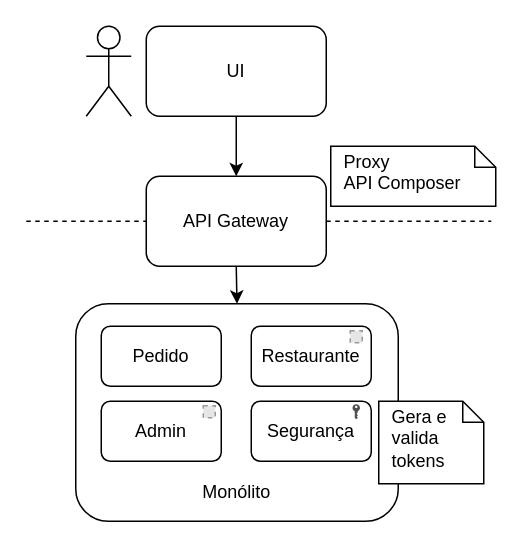
caelum/apostila-microservices-com-spring-cloud keeps this draw.io diagram as imagens/15-seguranca/geracao-e-validacao-de-tokens-no-modulo-de-seguranca-do-monolito.drawio. Above is the earlier version. Source tidied: cells renumbered, new cells numbered last; positions are measured from the earlier drawing's top-left corner, leaving out a move shared by most shapes. Both pictures are drawn from the tidied source at 150%, with x=0, y=0 at pixel (26, 26). Pictures stored in the file or linked from it are replaced by grey dashed boxes.
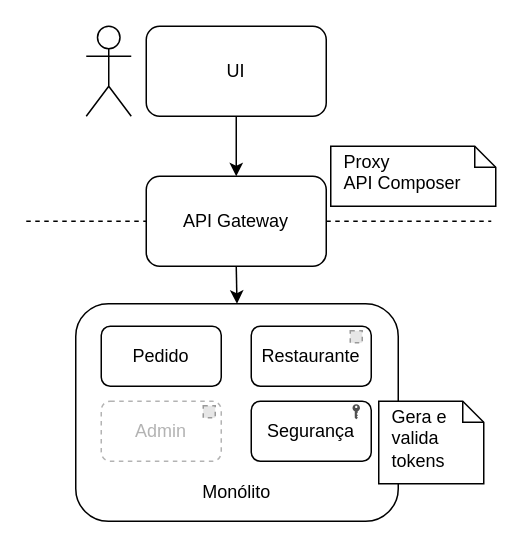
The same diagram, later.

Commit message (it also covers changes not shown here):
serviço Admin renomeado para Administrativo

Unchanged cells that the change refers to:
```xml
<mxCell id="10" style="group;" parent="1" vertex="1">
  <mxGeometry x="50" y="200" width="180" height="90" as="geometry" />
</mxCell>
```

The edit, as a diff of the source:
```diff
@@
-    <mxCell id="13" value="Admin" style="rounded=1;whiteSpace=wrap;html=1;" parent="10" vertex="1">
+    <mxCell id="13" value="Admin" style="rounded=1;whiteSpace=wrap;html=1;dashed=1;strokeColor=#B3B3B3;fontColor=#B3B3B3;" parent="10" vertex="1">
       <mxGeometry y="50" width="80" height="40" as="geometry" />
     </mxCell>
```
